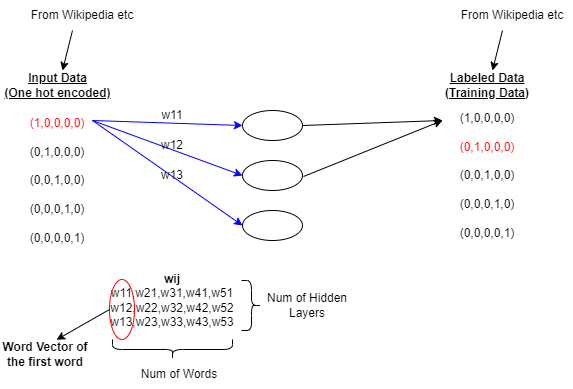
developer-onizuka/Diagrams keeps this draw.io diagram as MachineLearningOnAWS/Word2vec.drawio.png. Above is the earlier version. Source tidied: cells renumbered, new cells last; positions are measured from the earlier drawing's top-left corner, leaving out a move shared by most shapes.
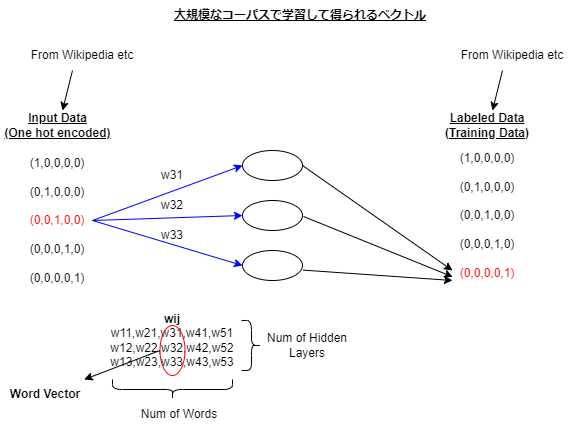
After the change.

Diff of the diagram source:
```diff
@@ -2,7 +2,7 @@
   <root>
     <mxCell id="0" />
     <mxCell id="1" parent="0" />
-    <mxCell id="2" value="&lt;font color=&quot;#ff0000&quot;&gt;(1,0,0,0,0)&lt;br&gt;&lt;/font&gt;&lt;br&gt;(0,1,0,0,0)&lt;br&gt;&lt;br&gt;(0,0,1,0,0)&lt;br&gt;&lt;br&gt;(0,0,0,1,0)&lt;br&gt;&lt;br&gt;(0,0,0,0,1)" style="text;html=1;strokeColor=none;fillColor=none;align=center;verticalAlign=middle;whiteSpace=wrap;rounded=0;" parent="1" vertex="1">
+    <mxCell id="2" value="(1,0,0,0,0)&lt;br&gt;&lt;br&gt;(0,1,0,0,0)&lt;br&gt;&lt;br&gt;&lt;font color=&quot;#ff0000&quot;&gt;(0,0,1,0,0)&lt;br&gt;&lt;/font&gt;&lt;br&gt;(0,0,0,1,0)&lt;br&gt;&lt;br&gt;(0,0,0,0,1)" style="text;html=1;strokeColor=none;fillColor=none;align=center;verticalAlign=middle;whiteSpace=wrap;rounded=0;" parent="1" vertex="1">
       <mxGeometry x="22" y="90" width="70" height="180" as="geometry" />
     </mxCell>
     <mxCell id="3" style="ellipse;whiteSpace=wrap;html=1;" parent="1" vertex="1">
@@ -14,7 +14,7 @@
     <mxCell id="5" style="ellipse;whiteSpace=wrap;html=1;" parent="1" vertex="1">
       <mxGeometry x="242" y="210" width="60" height="30" as="geometry" />
     </mxCell>
-    <mxCell id="6" value="(1,0,0,0,0)&lt;br&gt;&lt;br&gt;&lt;font color=&quot;#ff0000&quot;&gt;(0,1,0,0,0)&lt;br&gt;&lt;/font&gt;&lt;br&gt;(0,0,1,0,0)&lt;br&gt;&lt;br&gt;(0,0,0,1,0)&lt;br&gt;&lt;br&gt;(0,0,0,0,1)" style="text;html=1;strokeColor=none;fillColor=none;align=center;verticalAlign=middle;whiteSpace=wrap;rounded=0;" parent="1" vertex="1">
+    <mxCell id="6" value="(1,0,0,0,0)&lt;br&gt;&lt;br&gt;(0,1,0,0,0)&lt;br&gt;&lt;br&gt;(0,0,1,0,0)&lt;br&gt;&lt;br&gt;(0,0,0,1,0)&lt;br&gt;&lt;br&gt;&lt;font color=&quot;#ff0000&quot;&gt;(0,0,0,0,1)&lt;/font&gt;" style="text;html=1;strokeColor=none;fillColor=none;align=center;verticalAlign=middle;whiteSpace=wrap;rounded=0;" parent="1" vertex="1">
       <mxGeometry x="452" y="85" width="70" height="180" as="geometry" />
     </mxCell>
     <mxCell id="7" value="&lt;b&gt;&lt;u&gt;Input Data&lt;br&gt;(One hot encoded)&lt;br&gt;&lt;/u&gt;&lt;/b&gt;" style="text;html=1;strokeColor=none;fillColor=none;align=center;verticalAlign=middle;whiteSpace=wrap;rounded=0;" parent="1" vertex="1">
@@ -23,37 +23,32 @@
     <mxCell id="8" value="&lt;b&gt;&lt;u&gt;Labeled Data&lt;br&gt;(Training Data)&lt;br&gt;&lt;/u&gt;&lt;/b&gt;" style="text;html=1;strokeColor=none;fillColor=none;align=center;verticalAlign=middle;whiteSpace=wrap;rounded=0;" parent="1" vertex="1">
       <mxGeometry x="437" y="70" width="100" height="30" as="geometry" />
     </mxCell>
-    <mxCell id="9" style="endArrow=classic;html=1;rounded=0;entryX=0;entryY=0.5;entryDx=0;entryDy=0;strokeColor=#0000FF;" parent="1" edge="1" target="3">
-      <mxGeometry relative="1" as="geometry">
-        <mxPoint x="92" y="120" as="sourcePoint" />
-      </mxGeometry>
+    <mxCell id="9" style="endArrow=classic;html=1;rounded=0;entryX=0;entryY=0.5;entryDx=0;entryDy=0;strokeColor=#0000FF;exitX=1;exitY=0.5;exitDx=0;exitDy=0;" parent="1" edge="1" source="2" target="3">
+      <mxGeometry relative="1" as="geometry" />
     </mxCell>
-    <mxCell id="10" style="endArrow=classic;html=1;rounded=0;entryX=0;entryY=0.5;entryDx=0;entryDy=0;exitX=1;exitY=0.167;exitDx=0;exitDy=0;exitPerimeter=0;strokeColor=#0000FF;" parent="1" edge="1" source="2" target="4">
+    <mxCell id="10" style="endArrow=classic;html=1;rounded=0;entryX=0;entryY=0.5;entryDx=0;entryDy=0;exitX=1;exitY=0.5;exitDx=0;exitDy=0;strokeColor=#0000FF;" parent="1" edge="1" source="2" target="4">
       <mxGeometry relative="1" as="geometry" />
     </mxCell>
-    <mxCell id="11" style="endArrow=classic;html=1;rounded=0;entryX=0;entryY=0.5;entryDx=0;entryDy=0;strokeColor=#0000FF;" parent="1" edge="1" target="5">
-      <mxGeometry relative="1" as="geometry">
-        <mxPoint x="92" y="120" as="sourcePoint" />
-      </mxGeometry>
+    <mxCell id="11" style="endArrow=classic;html=1;rounded=0;entryX=0;entryY=0.5;entryDx=0;entryDy=0;strokeColor=#0000FF;exitX=1;exitY=0.5;exitDx=0;exitDy=0;" parent="1" edge="1" source="2" target="5">
+      <mxGeometry relative="1" as="geometry" />
     </mxCell>
-    <mxCell id="12" value="w11" style="text;html=1;strokeColor=none;fillColor=none;align=center;verticalAlign=middle;whiteSpace=wrap;rounded=0;" parent="1" vertex="1">
-      <mxGeometry x="142" y="100" width="60" height="30" as="geometry" />
+    <mxCell id="12" value="w31" style="text;html=1;strokeColor=none;fillColor=none;align=center;verticalAlign=middle;whiteSpace=wrap;rounded=0;" parent="1" vertex="1">
+      <mxGeometry x="142" y="120" width="60" height="30" as="geometry" />
     </mxCell>
-    <mxCell id="13" value="w12" style="text;html=1;strokeColor=none;fillColor=none;align=center;verticalAlign=middle;whiteSpace=wrap;rounded=0;" parent="1" vertex="1">
-      <mxGeometry x="142" y="130" width="60" height="30" as="geometry" />
+    <mxCell id="13" value="w32" style="text;html=1;strokeColor=none;fillColor=none;align=center;verticalAlign=middle;whiteSpace=wrap;rounded=0;" parent="1" vertex="1">
+      <mxGeometry x="142" y="150" width="60" height="30" as="geometry" />
     </mxCell>
-    <mxCell id="14" value="w13" style="text;html=1;strokeColor=none;fillColor=none;align=center;verticalAlign=middle;whiteSpace=wrap;rounded=0;" parent="1" vertex="1">
-      <mxGeometry x="142" y="160" width="60" height="30" as="geometry" />
+    <mxCell id="14" value="w33" style="text;html=1;strokeColor=none;fillColor=none;align=center;verticalAlign=middle;whiteSpace=wrap;rounded=0;" parent="1" vertex="1">
+      <mxGeometry x="142" y="180" width="60" height="30" as="geometry" />
     </mxCell>
     <mxCell id="15" style="endArrow=classic;html=1;rounded=0;exitX=1;exitY=0.5;exitDx=0;exitDy=0;" parent="1" edge="1" source="3">
       <mxGeometry relative="1" as="geometry">
-        <mxPoint x="442" y="120" as="targetPoint" />
+        <mxPoint x="452" y="230" as="targetPoint" />
       </mxGeometry>
     </mxCell>
-    <mxCell id="16" style="endArrow=classic;html=1;rounded=0;exitX=1;exitY=0.5;exitDx=0;exitDy=0;" parent="1" edge="1">
+    <mxCell id="16" style="endArrow=classic;html=1;rounded=0;exitX=1;exitY=0.5;exitDx=0;exitDy=0;entryX=0.004;entryY=0.841;entryDx=0;entryDy=0;entryPerimeter=0;" parent="1" edge="1" target="6">
       <mxGeometry relative="1" as="geometry">
         <mxPoint x="303" y="176" as="sourcePoint" />
-        <mxPoint x="442" y="120" as="targetPoint" />
       </mxGeometry>
     </mxCell>
     <mxCell id="17" value="&lt;b&gt;wij&lt;br&gt;&lt;/b&gt;w11,w21,w31,w41,w51&lt;br&gt;w12,w22,w32,w42,w52&lt;br&gt;w13,w23,w33,w43,w53" style="text;html=1;strokeColor=none;fillColor=none;align=center;verticalAlign=middle;whiteSpace=wrap;rounded=0;" parent="1" vertex="1">
@@ -69,9 +64,9 @@
       <mxGeometry x="262" y="290" width="90" height="30" as="geometry" />
     </mxCell>
     <mxCell id="21" style="ellipse;whiteSpace=wrap;html=1;fillColor=none;strokeColor=#FF0000;" parent="1" vertex="1">
-      <mxGeometry x="109" y="279" width="25" height="60" as="geometry" />
+      <mxGeometry x="159.5" y="285" width="25" height="50" as="geometry" />
     </mxCell>
-    <mxCell id="22" value="&lt;b&gt;Word Vector of the first word&lt;/b&gt;" style="text;html=1;strokeColor=none;fillColor=none;align=center;verticalAlign=middle;whiteSpace=wrap;rounded=0;" parent="1" vertex="1">
+    <mxCell id="22" value="&lt;b&gt;Word Vector&lt;/b&gt;" style="text;html=1;strokeColor=none;fillColor=none;align=center;verticalAlign=middle;whiteSpace=wrap;rounded=0;" parent="1" vertex="1">
       <mxGeometry x="-0.5" y="339" width="90" height="30" as="geometry" />
     </mxCell>
     <mxCell id="23" style="endArrow=classic;html=1;rounded=0;" parent="1" edge="1">
@@ -95,8 +90,17 @@
     <mxCell id="27" style="shape=curlyBracket;whiteSpace=wrap;html=1;rounded=1;flipH=1;labelPosition=right;verticalLabelPosition=middle;align=left;verticalAlign=middle;direction=north;" parent="1" vertex="1">
       <mxGeometry x="112" y="339" width="120" height="20" as="geometry" />
     </mxCell>
-    <mxCell id="28" style="endArrow=classic;html=1;rounded=0;entryX=0.628;entryY=0.009;entryDx=0;entryDy=0;entryPerimeter=0;exitX=0;exitY=0.5;exitDx=0;exitDy=0;" parent="1" edge="1" source="21" target="22">
+    <mxCell id="28" style="endArrow=classic;html=1;rounded=0;exitX=0;exitY=0.5;exitDx=0;exitDy=0;" parent="1" edge="1" source="21" target="22">
       <mxGeometry relative="1" as="geometry" />
     </mxCell>
+    <mxCell id="29" style="endArrow=classic;html=1;rounded=0;exitX=1;exitY=0.5;exitDx=0;exitDy=0;" parent="1" edge="1">
+      <mxGeometry relative="1" as="geometry">
+        <mxPoint x="302.7" y="229.6" as="sourcePoint" />
+        <mxPoint x="452" y="240" as="targetPoint" />
+      </mxGeometry>
+    </mxCell>
+    <mxCell id="30" value="&lt;b&gt;&lt;u&gt;大規模なコーパスで学習して得られるベクトル&lt;/u&gt;&lt;/b&gt;" style="text;html=1;strokeColor=none;fillColor=none;align=center;verticalAlign=middle;whiteSpace=wrap;rounded=0;" parent="1" vertex="1">
+      <mxGeometry x="159.5" y="-40" width="280" height="30" as="geometry" />
+    </mxCell>
   </root>
 </mxGraphModel>
```
